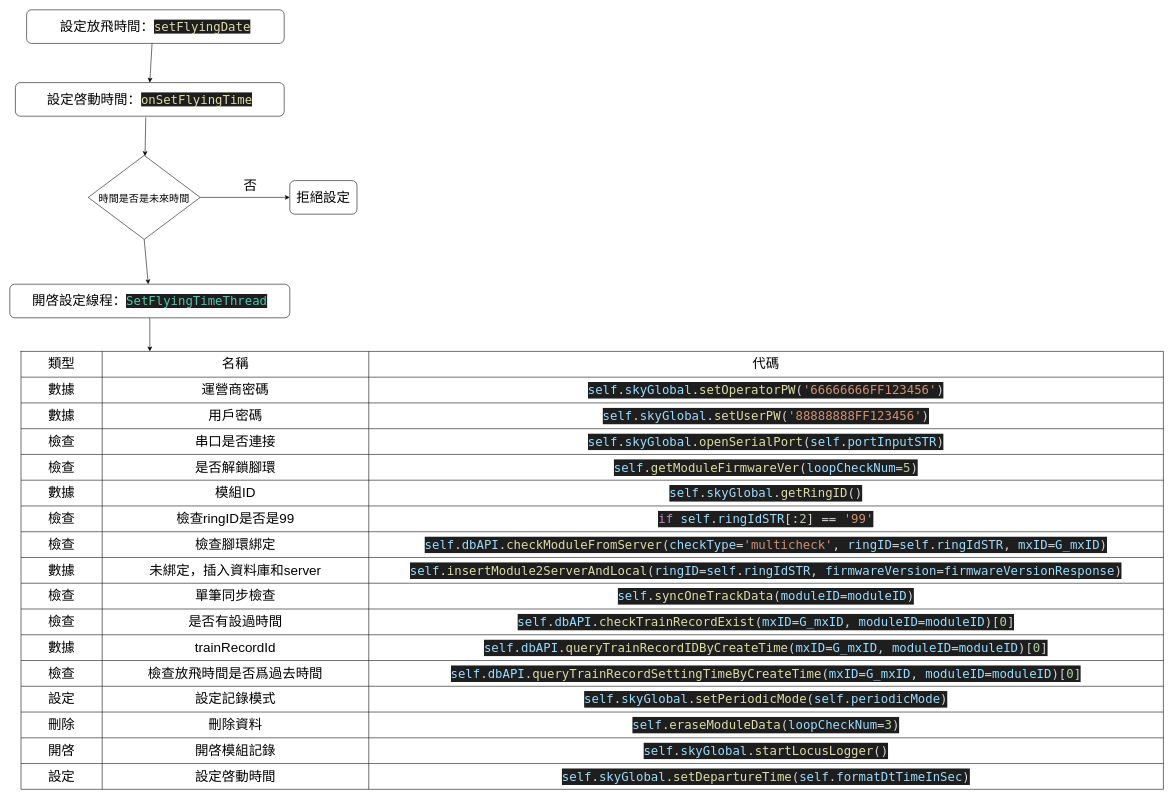
pengzhen80/PigeonRace keeps this draw.io diagram as page "流程圖-設定放飛時間" (1 of 10) of skyleader2.0.drawio. Above is the earlier version. Source tidied: cells renumbered, new cells numbered last; positions are measured from the earlier drawing's top-left corner, leaving out a move shared by most shapes. Both pictures are drawn from the tidied source at 56%, with x=0, y=0 at pixel (10, 10).
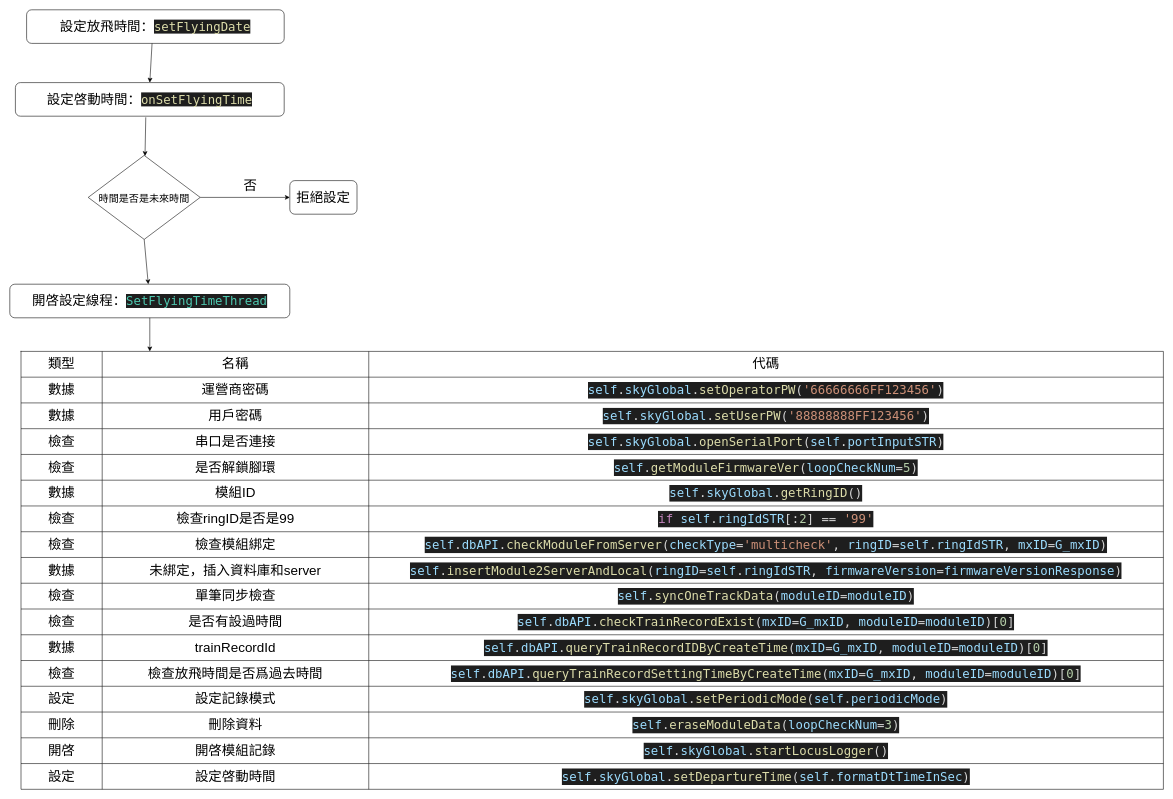
After the change.

Unchanged cells that the change refers to:
```xml
<mxCell id="42" style="shape=tableRow;horizontal=0;startSize=0;swimlaneHead=0;swimlaneBody=0;top=0;left=0;bottom=0;right=0;fillColor=none;fontSize=24;" parent="13" vertex="1">
  <mxGeometry y="322" width="2040" height="46" as="geometry" />
</mxCell>
```

The edit, as a diff of the source:
```diff
@@
-    <mxCell id="44" value="檢查腳環綁定" style="shape=partialRectangle;html=1;whiteSpace=wrap;overflow=hidden;fillColor=none;top=0;left=0;bottom=0;right=0;fontSize=24;" parent="42" vertex="1">
+    <mxCell id="44" value="檢查模組綁定" style="shape=partialRectangle;html=1;whiteSpace=wrap;overflow=hidden;fillColor=none;top=0;left=0;bottom=0;right=0;fontSize=24;" parent="42" vertex="1">
       <mxGeometry x="145" width="476" height="46" as="geometry" />
     </mxCell>
```
